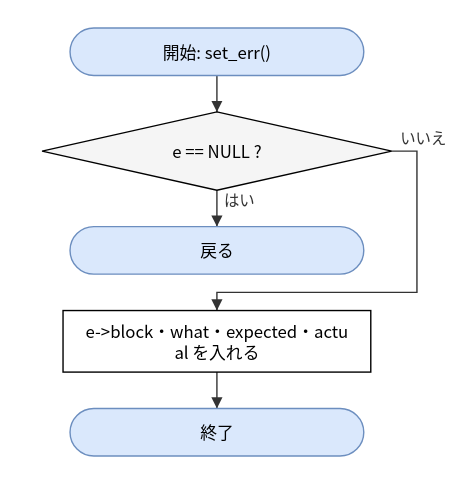
The draw.io diagram doc/spec/images/flow_src_bfm_dif-set_err.drawio.svg in hf355051012-ai/bfmem, before a commit. Source tidied: cells renumbered, new cells last; positions are measured from the earlier drawing's top-left corner, leaving out a move shared by most shapes. Source of this version:
```xml
<mxGraphModel>
  <root>
    <mxCell id="0" />
    <mxCell id="1" parent="0" />
    <mxCell id="2" value="開始: set_err()" style="rounded=1;arcSize=50;whiteSpace=wrap;html=1;fillColor=#dae8fc;strokeColor=#6c8ebf;" parent="1" vertex="1">
      <mxGeometry x="20" width="210" height="34" as="geometry" />
    </mxCell>
    <mxCell id="3" value="e == NULL ?" style="rhombus;whiteSpace=wrap;html=1;fillColor=#f5f5f5;" parent="1" vertex="1">
      <mxGeometry y="60" width="250" height="56" as="geometry" />
    </mxCell>
    <mxCell id="4" value="戻る" style="rounded=1;arcSize=50;whiteSpace=wrap;html=1;fillColor=#dae8fc;strokeColor=#6c8ebf;" parent="1" vertex="1">
      <mxGeometry x="20" y="142" width="210" height="34" as="geometry" />
    </mxCell>
    <mxCell id="5" value="e-&amp;gt;block・what・expected・actu&lt;br&gt;al を入れる" style="rounded=0;whiteSpace=wrap;html=1;" parent="1" vertex="1">
      <mxGeometry x="15" y="202" width="220" height="44" as="geometry" />
    </mxCell>
    <mxCell id="6" value="終了" style="rounded=1;arcSize=50;whiteSpace=wrap;html=1;fillColor=#dae8fc;strokeColor=#6c8ebf;" parent="1" vertex="1">
      <mxGeometry x="20" y="272" width="210" height="34" as="geometry" />
    </mxCell>
    <mxCell id="7" style="edgeStyle=none;html=1;rounded=0;endArrow=block;endFill=1;exitX=0.5000;exitY=1.0000;exitDx=0;exitDy=0;exitPerimeter=0;entryX=0.5000;entryY=0.0000;entryDx=0;entryDy=0;entryPerimeter=0;" parent="1" edge="1" source="2" target="3">
      <mxGeometry relative="1" as="geometry" />
    </mxCell>
    <mxCell id="8" value="はい" style="edgeStyle=none;html=1;rounded=0;endArrow=block;endFill=1;exitX=0.5000;exitY=1.0000;exitDx=0;exitDy=0;exitPerimeter=0;entryX=0.5000;entryY=0.0000;entryDx=0;entryDy=0;entryPerimeter=0;" parent="1" edge="1" source="3" target="4">
      <mxGeometry relative="1" as="geometry" />
    </mxCell>
    <mxCell id="9" value="いいえ" style="edgeStyle=none;html=1;rounded=0;endArrow=block;endFill=1;exitX=1.0000;exitY=0.5000;exitDx=0;exitDy=0;exitPerimeter=0;entryX=0.5000;entryY=0.0000;entryDx=0;entryDy=0;entryPerimeter=0;" parent="1" edge="1" source="3" target="5">
      <mxGeometry relative="1" as="geometry">
        <Array as="points">
          <mxPoint x="268" y="88" />
          <mxPoint x="268" y="189" />
          <mxPoint x="125" y="189" />
        </Array>
      </mxGeometry>
    </mxCell>
    <mxCell id="10" style="edgeStyle=none;html=1;rounded=0;endArrow=block;endFill=1;exitX=0.5000;exitY=1.0000;exitDx=0;exitDy=0;exitPerimeter=0;entryX=0.5000;entryY=0.0000;entryDx=0;entryDy=0;entryPerimeter=0;" parent="1" edge="1" source="5" target="6">
      <mxGeometry relative="1" as="geometry" />
    </mxCell>
  </root>
</mxGraphModel>
```
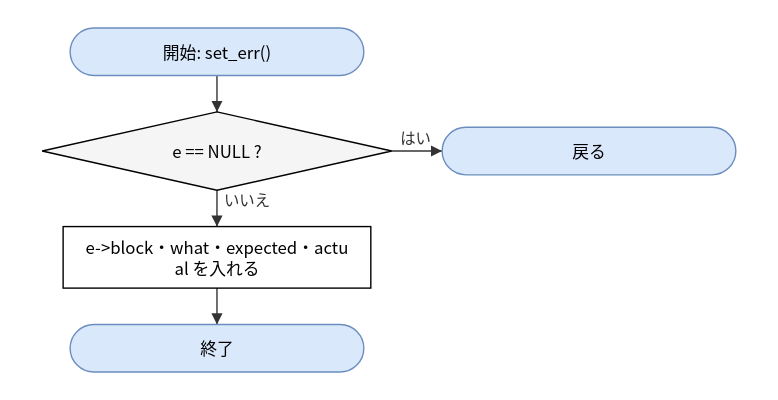
After the commit.

The edit, as a diff of the source:
```diff
@@ -9,28 +9,22 @@
       <mxGeometry y="60" width="250" height="56" as="geometry" />
     </mxCell>
     <mxCell id="4" value="戻る" style="rounded=1;arcSize=50;whiteSpace=wrap;html=1;fillColor=#dae8fc;strokeColor=#6c8ebf;" parent="1" vertex="1">
-      <mxGeometry x="20" y="142" width="210" height="34" as="geometry" />
+      <mxGeometry x="286" y="71" width="210" height="34" as="geometry" />
     </mxCell>
     <mxCell id="5" value="e-&amp;gt;block・what・expected・actu&lt;br&gt;al を入れる" style="rounded=0;whiteSpace=wrap;html=1;" parent="1" vertex="1">
-      <mxGeometry x="15" y="202" width="220" height="44" as="geometry" />
+      <mxGeometry x="15" y="142" width="220" height="44" as="geometry" />
     </mxCell>
     <mxCell id="6" value="終了" style="rounded=1;arcSize=50;whiteSpace=wrap;html=1;fillColor=#dae8fc;strokeColor=#6c8ebf;" parent="1" vertex="1">
-      <mxGeometry x="20" y="272" width="210" height="34" as="geometry" />
+      <mxGeometry x="20" y="212" width="210" height="34" as="geometry" />
     </mxCell>
     <mxCell id="7" style="edgeStyle=none;html=1;rounded=0;endArrow=block;endFill=1;exitX=0.5000;exitY=1.0000;exitDx=0;exitDy=0;exitPerimeter=0;entryX=0.5000;entryY=0.0000;entryDx=0;entryDy=0;entryPerimeter=0;" parent="1" edge="1" source="2" target="3">
       <mxGeometry relative="1" as="geometry" />
     </mxCell>
-    <mxCell id="8" value="はい" style="edgeStyle=none;html=1;rounded=0;endArrow=block;endFill=1;exitX=0.5000;exitY=1.0000;exitDx=0;exitDy=0;exitPerimeter=0;entryX=0.5000;entryY=0.0000;entryDx=0;entryDy=0;entryPerimeter=0;" parent="1" edge="1" source="3" target="4">
+    <mxCell id="8" value="はい" style="edgeStyle=none;html=1;rounded=0;endArrow=block;endFill=1;exitX=1.0000;exitY=0.5000;exitDx=0;exitDy=0;exitPerimeter=0;entryX=0.0000;entryY=0.5000;entryDx=0;entryDy=0;entryPerimeter=0;" parent="1" edge="1" source="3" target="4">
       <mxGeometry relative="1" as="geometry" />
     </mxCell>
-    <mxCell id="9" value="いいえ" style="edgeStyle=none;html=1;rounded=0;endArrow=block;endFill=1;exitX=1.0000;exitY=0.5000;exitDx=0;exitDy=0;exitPerimeter=0;entryX=0.5000;entryY=0.0000;entryDx=0;entryDy=0;entryPerimeter=0;" parent="1" edge="1" source="3" target="5">
-      <mxGeometry relative="1" as="geometry">
-        <Array as="points">
-          <mxPoint x="268" y="88" />
-          <mxPoint x="268" y="189" />
-          <mxPoint x="125" y="189" />
-        </Array>
-      </mxGeometry>
+    <mxCell id="9" value="いいえ" style="edgeStyle=none;html=1;rounded=0;endArrow=block;endFill=1;exitX=0.5000;exitY=1.0000;exitDx=0;exitDy=0;exitPerimeter=0;entryX=0.5000;entryY=0.0000;entryDx=0;entryDy=0;entryPerimeter=0;" parent="1" edge="1" source="3" target="5">
+      <mxGeometry relative="1" as="geometry" />
     </mxCell>
     <mxCell id="10" style="edgeStyle=none;html=1;rounded=0;endArrow=block;endFill=1;exitX=0.5000;exitY=1.0000;exitDx=0;exitDy=0;exitPerimeter=0;entryX=0.5000;entryY=0.0000;entryDx=0;entryDy=0;entryPerimeter=0;" parent="1" edge="1" source="5" target="6">
       <mxGeometry relative="1" as="geometry" />
```
